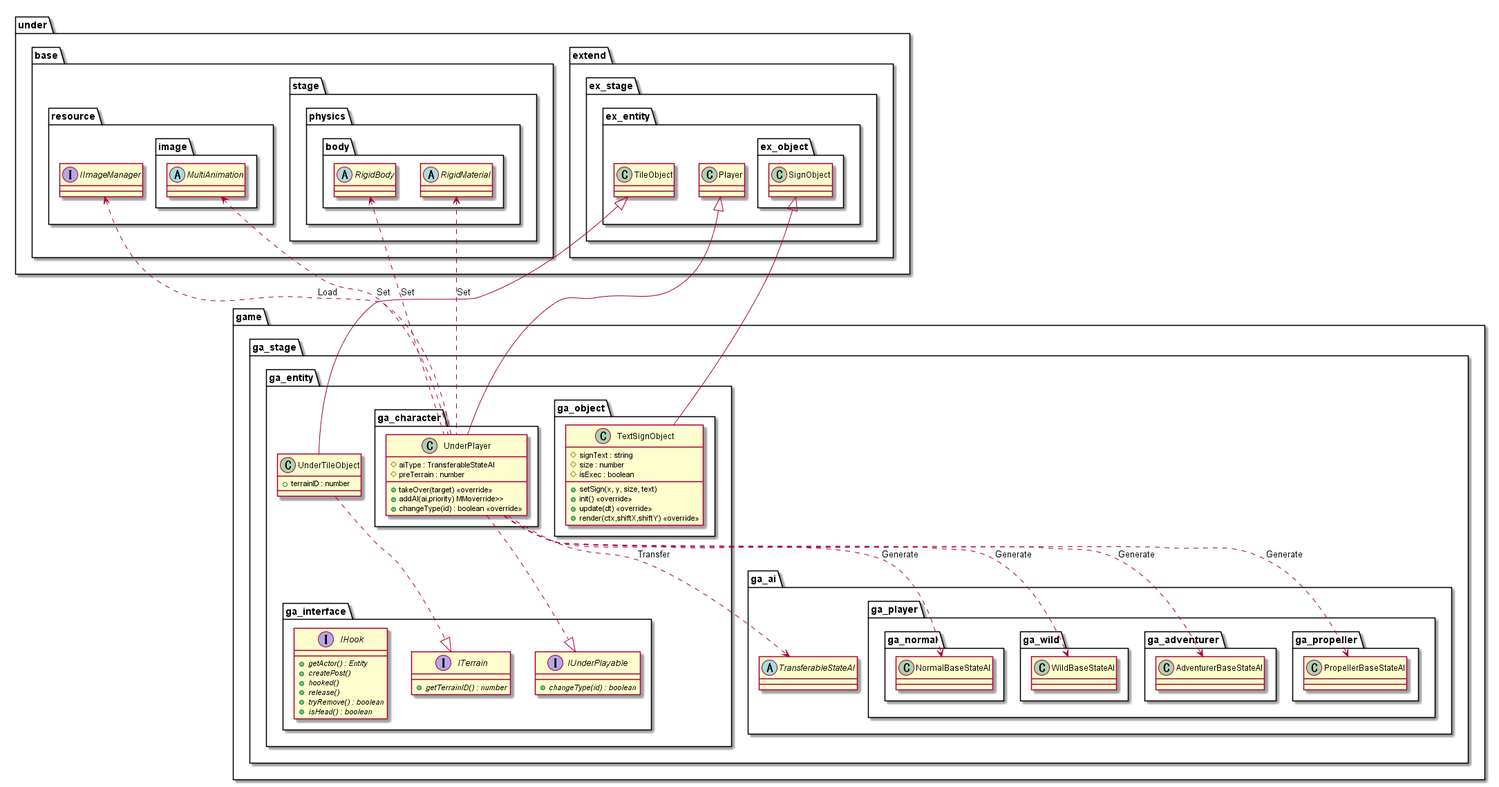
Above: out/uml/entity/Game/EntityGame.png in Expine/Under (PlantUML), before the change.
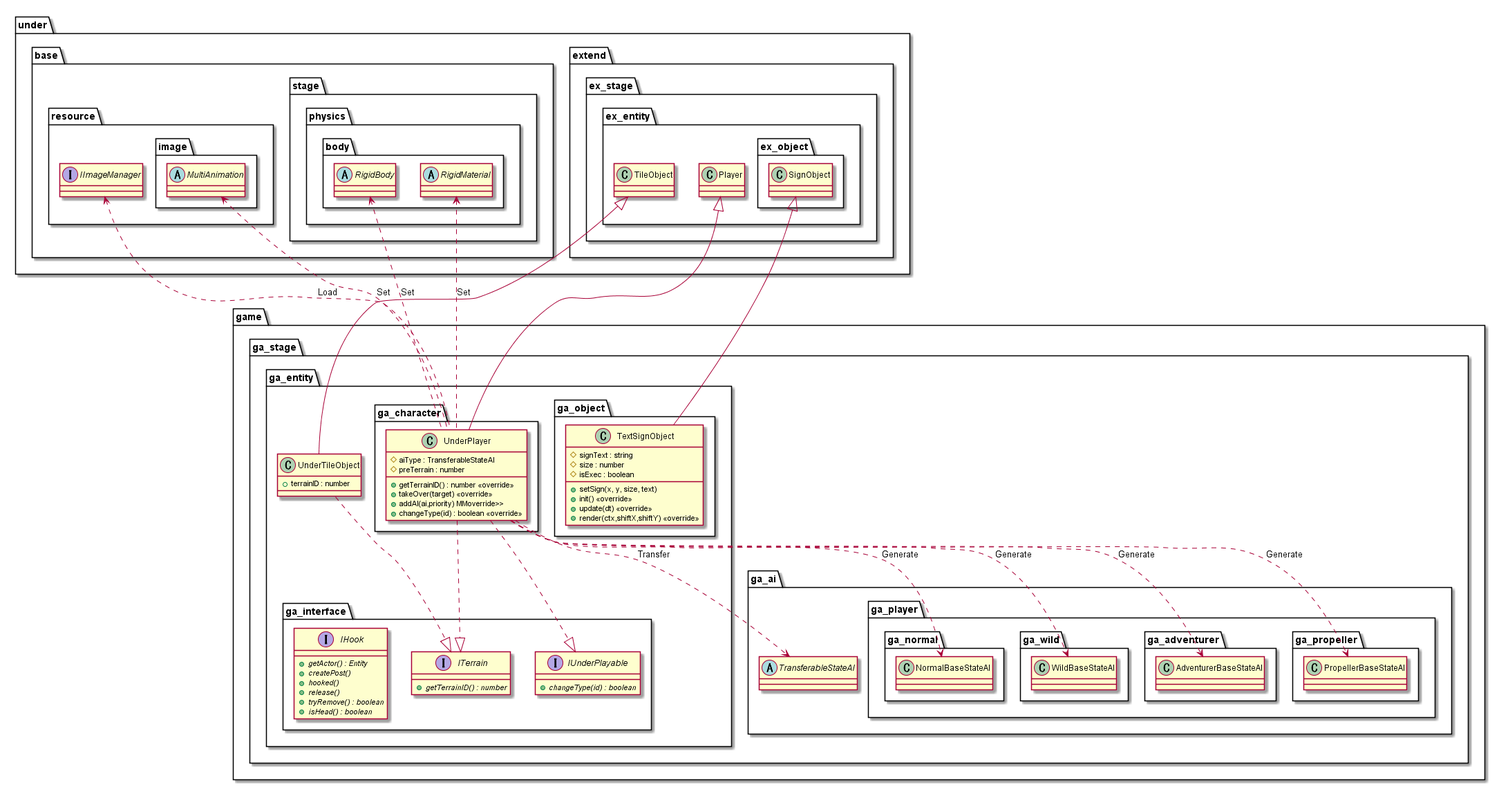
The same file after the commit.

The edit, as a diff of the source:
```diff
@@ -9,6 +9,7 @@
                 class UnderPlayer {
                     #aiType : TransferableStateAI
                     #preTerrain : number
+                    +getTerrainID() : number <<override>>
                     +takeOver(target) <<override>>
                     +addAI(ai,priority) MMoverride>>
                     +changeType(id) : boolean <<override>>
@@ -108,6 +109,7 @@
 
 Player <|-- UnderPlayer
 UnderPlayer ..|> IUnderPlayable
+UnderPlayer ..|>  ITerrain
 TileObject <|-- UnderTileObject
 UnderTileObject ..|> ITerrain
 
```
